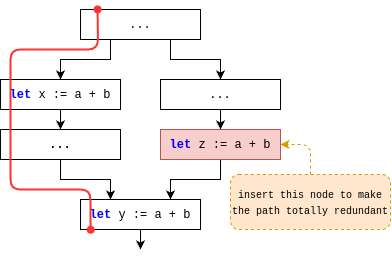
Earlier version of the draw.io export figures/simple_par_to_total.drawio.png (Piloero/daimpl_paper). Source tidied: cells renumbered, new cells last; positions are measured from the earlier drawing's top-left corner, leaving out a move shared by most shapes.
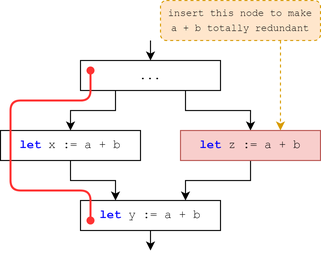
Later version of the same file.

Commit message:
feat: adjust sample

Change to the diagram source:
```diff
@@ -2,82 +2,55 @@
   <root>
     <mxCell id="0" />
     <mxCell id="1" parent="0" />
-    <mxCell id="2" style="edgeStyle=orthogonalEdgeStyle;rounded=0;jettySize=auto;html=1;exitX=0.5;exitY=1;exitDx=0;exitDy=0;entryX=0.25;entryY=0;entryDx=0;entryDy=0;" parent="1" edge="1" source="3" target="5">
+    <mxCell id="2" style="edgeStyle=orthogonalEdgeStyle;rounded=0;jettySize=auto;html=1;exitX=0.5;exitY=1;exitDx=0;exitDy=0;entryX=0.25;entryY=0;entryDx=0;entryDy=0;" parent="1" edge="1" source="12" target="5">
       <mxGeometry relative="1" as="geometry" />
     </mxCell>
-    <mxCell id="3" value="&lt;font face=&quot;Courier New&quot;&gt;&lt;b style=&quot;&quot;&gt;...&lt;/b&gt;&lt;/font&gt;" style="rounded=0;whiteSpace=wrap;html=1;" parent="1" vertex="1">
-      <mxGeometry y="120" width="120" height="30" as="geometry" />
-    </mxCell>
-    <mxCell id="4" style="edgeStyle=orthogonalEdgeStyle;rounded=0;jettySize=auto;html=1;exitX=0.5;exitY=1;exitDx=0;exitDy=0;entryX=0.5;entryY=0;entryDx=0;entryDy=0;" parent="1" edge="1" source="5">
-      <mxGeometry relative="1" as="geometry">
-        <mxPoint x="140" y="240" as="targetPoint" />
-      </mxGeometry>
-    </mxCell>
+    <mxCell id="18" style="edgeStyle=orthogonalEdgeStyle;html=1;fontFamily=Courier New;" parent="1" edge="1" source="5">
+      <mxGeometry relative="1" as="geometry">
+        <mxPoint x="130" y="230" as="targetPoint" />
+      </mxGeometry>
+    </mxCell>
-    <mxCell id="5" value="&lt;font face=&quot;Courier New&quot;&gt;&lt;b style=&quot;&quot;&gt;&lt;font style=&quot;&quot; color=&quot;#0000ff&quot;&gt;let&lt;/font&gt;&lt;/b&gt;&amp;nbsp;y := a + b&lt;/font&gt;" style="rounded=0;whiteSpace=wrap;html=1;" parent="1" vertex="1">
-      <mxGeometry x="80" y="190" width="120" height="30" as="geometry" />
+    <mxCell id="5" value="&lt;font&gt;&lt;b style=&quot;&quot;&gt;&lt;font style=&quot;&quot; color=&quot;#0000ff&quot;&gt;let&lt;/font&gt;&lt;/b&gt;&amp;nbsp;y := a + b&lt;/font&gt;" style="rounded=0;whiteSpace=wrap;html=1;fontFamily=Courier New;" parent="1" vertex="1">
+      <mxGeometry x="60" y="180" width="140" height="30" as="geometry" />
     </mxCell>
-    <mxCell id="6" style="edgeStyle=none;rounded=0;html=1;exitX=0.5;exitY=1;exitDx=0;exitDy=0;entryX=0.5;entryY=0;entryDx=0;entryDy=0;fontColor=#000000;" parent="1" edge="1" source="7" target="14">
-      <mxGeometry relative="1" as="geometry" />
-    </mxCell>
-    <mxCell id="7" value="&lt;font face=&quot;Courier New&quot;&gt;...&lt;/font&gt;" style="rounded=0;whiteSpace=wrap;html=1;" parent="1" vertex="1">
-      <mxGeometry x="160" y="70" width="120" height="30" as="geometry" />
-    </mxCell>
-    <mxCell id="8" style="edgeStyle=none;rounded=0;html=1;exitX=0.25;exitY=1;exitDx=0;exitDy=0;entryX=0.5;entryY=0;entryDx=0;entryDy=0;strokeColor=#000000;strokeWidth=1;fontFamily=Courier New;fontSize=10;fontColor=#000000;startArrow=none;startFill=0;endArrow=classic;endFill=1;" parent="1" edge="1" source="10" target="12">
-      <mxGeometry relative="1" as="geometry">
-        <Array as="points">
-          <mxPoint x="110" y="50" />
-          <mxPoint x="60" y="50" />
-        </Array>
-      </mxGeometry>
+    <mxCell id="8" style="edgeStyle=orthogonalEdgeStyle;rounded=0;html=1;exitX=0.25;exitY=1;exitDx=0;exitDy=0;entryX=0.5;entryY=0;entryDx=0;entryDy=0;strokeColor=#000000;strokeWidth=1;fontFamily=Courier New;fontSize=10;fontColor=#000000;startArrow=none;startFill=0;endArrow=classic;endFill=1;" parent="1" edge="1" source="10" target="12">
+      <mxGeometry relative="1" as="geometry" />
     </mxCell>
-    <mxCell id="9" style="edgeStyle=none;html=1;exitX=0.75;exitY=1;exitDx=0;exitDy=0;entryX=0.5;entryY=0;entryDx=0;entryDy=0;rounded=0;" parent="1" edge="1" source="10" target="7">
-      <mxGeometry relative="1" as="geometry">
-        <Array as="points">
-          <mxPoint x="170" y="50" />
-          <mxPoint x="220" y="50" />
-        </Array>
-      </mxGeometry>
+    <mxCell id="9" style="edgeStyle=orthogonalEdgeStyle;html=1;exitX=0.75;exitY=1;exitDx=0;exitDy=0;entryX=0.5;entryY=0;entryDx=0;entryDy=0;rounded=0;" parent="1" edge="1" source="10" target="14">
+      <mxGeometry relative="1" as="geometry" />
     </mxCell>
+    <mxCell id="19" style="edgeStyle=orthogonalEdgeStyle;html=1;fontFamily=Courier New;entryX=0.5;entryY=0;entryDx=0;entryDy=0;" parent="1" edge="1" target="10">
+      <mxGeometry relative="1" as="geometry">
+        <mxPoint x="130" y="20" as="sourcePoint" />
+      </mxGeometry>
+    </mxCell>
     <mxCell id="10" value="&lt;font face=&quot;Courier New&quot;&gt;...&lt;/font&gt;" style="rounded=0;whiteSpace=wrap;html=1;" parent="1" vertex="1">
-      <mxGeometry x="80" width="120" height="30" as="geometry" />
+      <mxGeometry x="60" y="40" width="140" height="30" as="geometry" />
     </mxCell>
-    <mxCell id="11" style="edgeStyle=none;rounded=0;html=1;exitX=0.5;exitY=1;exitDx=0;exitDy=0;entryX=0.5;entryY=0;entryDx=0;entryDy=0;fontColor=#000000;" parent="1" edge="1" source="12" target="3">
-      <mxGeometry relative="1" as="geometry" />
-    </mxCell>
-    <mxCell id="12" value="&lt;font face=&quot;Courier New&quot;&gt;&lt;b style=&quot;color: rgb(0, 0, 255);&quot;&gt;let &lt;/b&gt;x&amp;nbsp;:= a + b&lt;/font&gt;" style="rounded=0;whiteSpace=wrap;html=1;strokeColor=#000000;" parent="1" vertex="1">
-      <mxGeometry y="70" width="120" height="30" as="geometry" />
+    <mxCell id="12" value="&lt;font&gt;&lt;b style=&quot;color: rgb(0, 0, 255);&quot;&gt;let &lt;/b&gt;x&amp;nbsp;:= a + b&lt;/font&gt;" style="rounded=0;whiteSpace=wrap;html=1;strokeColor=#000000;fontFamily=Courier New;" parent="1" vertex="1">
+      <mxGeometry x="-20" y="110" width="140" height="30" as="geometry" />
     </mxCell>
-    <mxCell id="13" style="edgeStyle=none;rounded=0;html=1;strokeColor=#000000;strokeWidth=1;fontFamily=Courier New;fontSize=10;fontColor=#000000;startArrow=none;startFill=0;endArrow=classic;endFill=1;entryX=0.75;entryY=0;entryDx=0;entryDy=0;" parent="1" edge="1" source="14" target="5">
-      <mxGeometry relative="1" as="geometry">
-        <Array as="points">
-          <mxPoint x="220" y="170" />
-          <mxPoint x="170" y="170" />
-        </Array>
-      </mxGeometry>
+    <mxCell id="13" style="edgeStyle=orthogonalEdgeStyle;rounded=0;html=1;strokeColor=#000000;strokeWidth=1;fontFamily=Courier New;fontSize=10;fontColor=#000000;startArrow=none;startFill=0;endArrow=classic;endFill=1;entryX=0.75;entryY=0;entryDx=0;entryDy=0;" parent="1" edge="1" source="14" target="5">
+      <mxGeometry relative="1" as="geometry" />
     </mxCell>
-    <mxCell id="14" value="&lt;font face=&quot;Courier New&quot;&gt;&lt;b style=&quot;color: rgb(0, 0, 255);&quot;&gt;let &lt;/b&gt;z&amp;nbsp;:= a + b&lt;/font&gt;" style="rounded=0;whiteSpace=wrap;html=1;strokeColor=#b85450;fillColor=#f8cecc;" parent="1" vertex="1">
-      <mxGeometry x="160" y="120" width="120" height="30" as="geometry" />
+    <mxCell id="14" value="&lt;font&gt;&lt;b style=&quot;color: rgb(0, 0, 255);&quot;&gt;let &lt;/b&gt;z&amp;nbsp;:= a + b&lt;/font&gt;" style="rounded=0;whiteSpace=wrap;html=1;strokeColor=#b85450;fillColor=#f8cecc;fontFamily=Courier New;" parent="1" vertex="1">
+      <mxGeometry x="160" y="110" width="140" height="30" as="geometry" />
     </mxCell>
-    <mxCell id="15" style="edgeStyle=none;rounded=1;html=1;dashed=1;fontColor=#000000;exitX=0.5;exitY=0;exitDx=0;exitDy=0;entryX=1;entryY=0.5;entryDx=0;entryDy=0;fillColor=#ffe6cc;strokeColor=#d79b00;" parent="1" edge="1" source="16" target="14">
-      <mxGeometry relative="1" as="geometry">
-        <Array as="points">
-          <mxPoint x="310" y="135" />
-        </Array>
-      </mxGeometry>
+    <mxCell id="15" style="edgeStyle=orthogonalEdgeStyle;html=1;exitX=0.75;exitY=1;exitDx=0;exitDy=0;entryX=0.714;entryY=0;entryDx=0;entryDy=0;entryPerimeter=0;fillColor=#ffe6cc;strokeColor=#d79b00;dashed=1;" parent="1" edge="1" source="16" target="14">
+      <mxGeometry relative="1" as="geometry" />
     </mxCell>
-    <mxCell id="16" value="&lt;font face=&quot;Courier New&quot;&gt;&lt;span style=&quot;font-size: 10px;&quot;&gt;insert this node to make the path totally redundant&lt;/span&gt;&lt;/font&gt;" style="rounded=1;whiteSpace=wrap;html=1;fillColor=#ffe6cc;strokeColor=#d79b00;fillStyle=auto;dashed=1;" parent="1" vertex="1">
-      <mxGeometry x="230" y="165" width="160" height="55" as="geometry" />
+    <mxCell id="16" value="&lt;font&gt;&lt;span style=&quot;font-size: 10px;&quot;&gt;insert this node to make&lt;br&gt;a + b totally redundant&lt;/span&gt;&lt;/font&gt;" style="rounded=1;whiteSpace=wrap;html=1;fillColor=#ffe6cc;strokeColor=#d79b00;fillStyle=auto;dashed=1;fontFamily=Courier New;" parent="1" vertex="1">
+      <mxGeometry x="140" y="-20" width="160" height="40" as="geometry" />
     </mxCell>
-    <mxCell id="17" style="edgeStyle=none;rounded=1;html=1;fontFamily=Courier New;fontColor=#000000;fillColor=#f8cecc;strokeColor=#FF3333;strokeWidth=2;exitX=0.08;exitY=-0.001;exitDx=0;exitDy=0;exitPerimeter=0;endArrow=oval;endFill=1;startArrow=oval;startFill=1;entryX=0.085;entryY=1.007;entryDx=0;entryDy=0;entryPerimeter=0;" parent="1" edge="1" target="5">
+    <mxCell id="17" style="edgeStyle=orthogonalEdgeStyle;rounded=1;html=1;fontFamily=Courier New;fontColor=#000000;fillColor=#f8cecc;strokeColor=#FF3333;strokeWidth=2;endArrow=oval;endFill=1;startArrow=oval;startFill=1;" parent="1" edge="1">
       <mxGeometry relative="1" as="geometry">
-        <mxPoint x="97.1" as="sourcePoint" />
+        <mxPoint x="70" y="50" as="sourcePoint" />
+        <mxPoint x="70" y="200" as="targetPoint" />
         <Array as="points">
-          <mxPoint x="97.5" y="40" />
-          <mxPoint x="10" y="40" />
-          <mxPoint x="10" y="120" />
-          <mxPoint x="10" y="180" />
-          <mxPoint x="90" y="180" />
-          <mxPoint x="90" y="210" />
+          <mxPoint x="70" y="80" />
+          <mxPoint x="-10" y="80" />
+          <mxPoint x="-10" y="170" />
+          <mxPoint x="70" y="170" />
         </Array>
       </mxGeometry>
     </mxCell>
```
